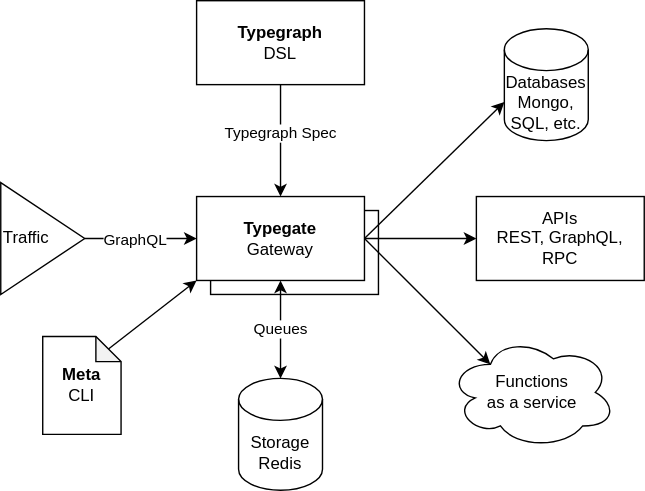
Before: website/docs/concepts/ecosystem.drawio.svg, a diagram exported from draw.io (metatypedev/metatype). Source tidied: cells renumbered, new cells last; positions are measured from the earlier drawing's top-left corner, leaving out a move shared by most shapes.
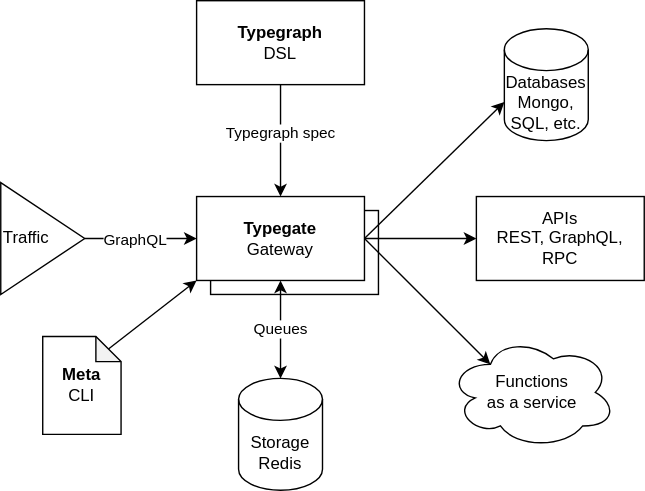
After the change.

What changed in the source:
```diff
@@ -2,7 +2,7 @@
   <root>
     <mxCell id="0" />
     <mxCell id="1" parent="0" />
-    <mxCell id="2" value="Typegraph Spec" style="edgeStyle=none;html=1;exitX=0.5;exitY=1;exitDx=0;exitDy=0;entryX=0.5;entryY=0;entryDx=0;entryDy=0;" parent="1" edge="1" source="3" target="10">
+    <mxCell id="2" value="Typegraph spec" style="edgeStyle=none;html=1;exitX=0.5;exitY=1;exitDx=0;exitDy=0;entryX=0.5;entryY=0;entryDx=0;entryDy=0;" parent="1" edge="1" source="3" target="10">
       <mxGeometry x="-0.12" relative="1" as="geometry" />
     </mxCell>
     <mxCell id="3" value="&lt;b&gt;Typegraph&lt;/b&gt;&lt;br&gt;DSL" style="rounded=0;whiteSpace=wrap;html=1;" parent="1" vertex="1">
```
